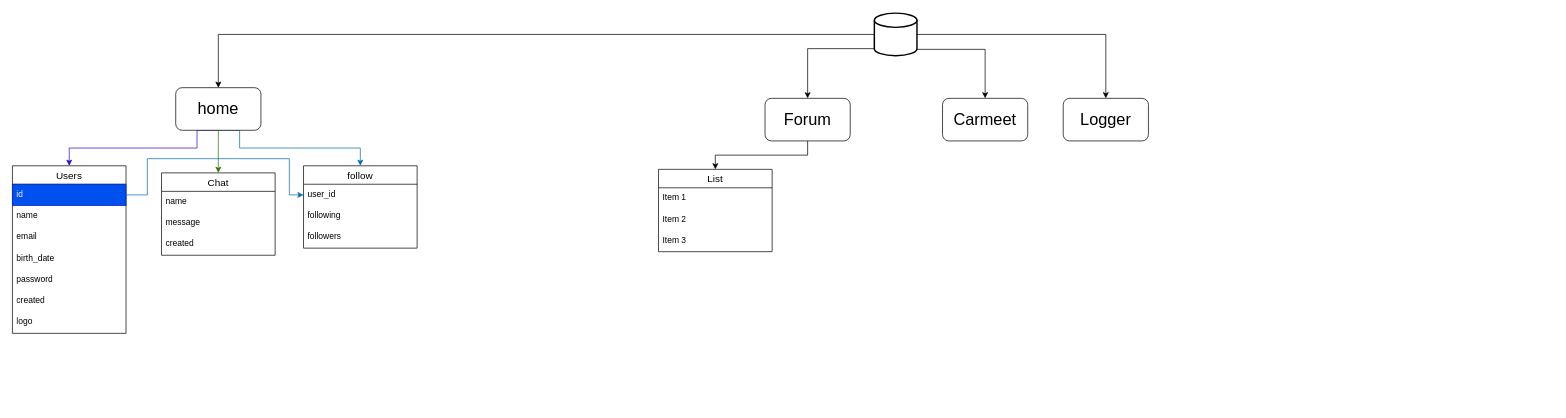
simsononroad/Drawio keeps this draw.io diagram as mch_db.drawio. Above is the earlier version. Source tidied: cells renumbered, new cells numbered last; positions are measured from the earlier drawing's top-left corner, leaving out a move shared by most shapes. Both pictures are drawn from the tidied source at 71%, with x=0, y=0 at pixel (12, 13).
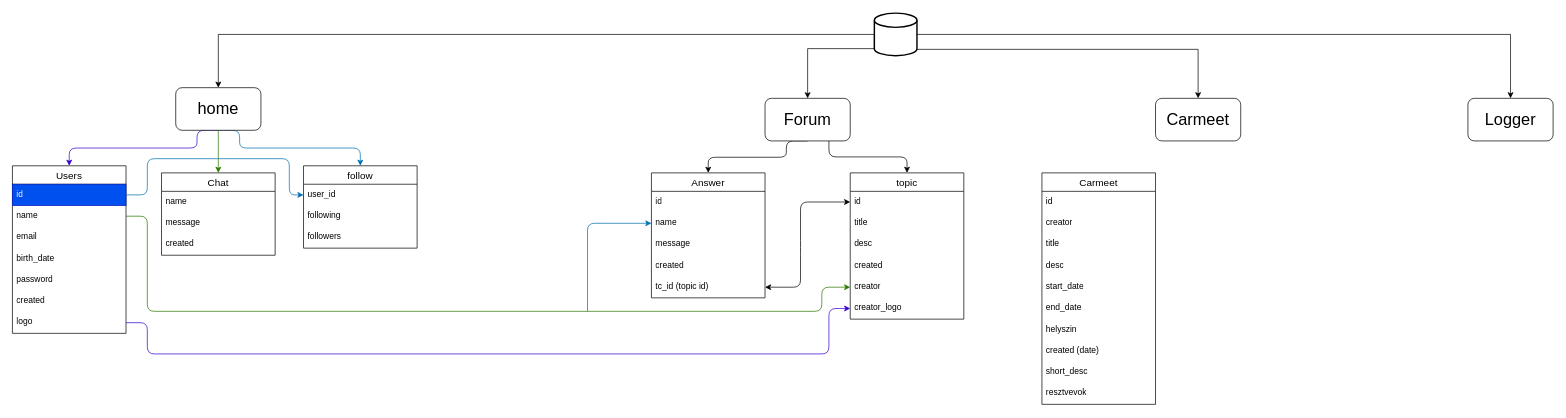
The same page after the edit.

The change refers to these unchanged cells:
```xml
<mxCell id="10" value="&lt;font style=&quot;font-size: 23px;&quot;&gt;home&lt;/font&gt;" style="rounded=1;whiteSpace=wrap;html=1;" parent="1" vertex="1">
  <mxGeometry x="230" y="105" width="120" height="60" as="geometry" />
</mxCell>
<mxCell id="12" value="&lt;span style=&quot;font-size: 23px;&quot;&gt;Forum&lt;/span&gt;" style="rounded=1;whiteSpace=wrap;html=1;" parent="1" vertex="1">
  <mxGeometry x="1060" y="120" width="120" height="60" as="geometry" />
</mxCell>
<mxCell id="15" value="Users" style="swimlane;fontStyle=0;horizontal=1;startSize=26;align=center;fontSize=14;" parent="1" vertex="1">
  <mxGeometry y="215" width="160" height="236" as="geometry" />
</mxCell>
<mxCell id="16" value="id" style="text;strokeColor=#001DBC;fillColor=#0050ef;spacingLeft=4;spacingRight=4;overflow=hidden;points=[[0,0.5],[1,0.5]];portConstraint=eastwest;fontSize=12;whiteSpace=wrap;html=1;fontColor=#ffffff;" parent="15" vertex="1">
  <mxGeometry y="26" width="160" height="30" as="geometry" />
</mxCell>
<mxCell id="17" value="name" style="text;strokeColor=none;fillColor=none;spacingLeft=4;spacingRight=4;overflow=hidden;points=[[0,0.5],[1,0.5]];portConstraint=eastwest;fontSize=12;whiteSpace=wrap;html=1;" parent="15" vertex="1">
  <mxGeometry y="56" width="160" height="30" as="geometry" />
</mxCell>
<mxCell id="22" value="logo" style="text;strokeColor=none;fillColor=none;spacingLeft=4;spacingRight=4;overflow=hidden;points=[[0,0.5],[1,0.5]];portConstraint=eastwest;fontSize=12;whiteSpace=wrap;html=1;" parent="15" vertex="1">
  <mxGeometry y="206" width="160" height="30" as="geometry" />
</mxCell>
<mxCell id="27" value="follow" style="swimlane;fontStyle=0;horizontal=1;startSize=26;align=center;fontSize=14;" parent="1" vertex="1">
  <mxGeometry x="410" y="215" width="160" height="116" as="geometry" />
</mxCell>
<mxCell id="28" value="user_id" style="text;strokeColor=none;fillColor=none;spacingLeft=4;spacingRight=4;overflow=hidden;points=[[0,0.5],[1,0.5]];portConstraint=eastwest;fontSize=12;whiteSpace=wrap;html=1;" parent="27" vertex="1">
  <mxGeometry y="26" width="160" height="30" as="geometry" />
</mxCell>
<mxCell id="32" value="Chat" style="swimlane;fontStyle=0;horizontal=1;startSize=26;align=center;fontSize=14;" parent="1" vertex="1">
  <mxGeometry x="210" y="225" width="160" height="116" as="geometry" />
</mxCell>
```

Diff of the diagram source:
```diff
@@
-    <mxCell id="7" style="edgeStyle=orthogonalEdgeStyle;rounded=0;jettySize=auto;html=1;exitX=0.5;exitY=1;exitDx=0;exitDy=0;entryX=0.5;entryY=0;entryDx=0;entryDy=0;fillColor=#6a00ff;strokeColor=#3700CC;" parent="1" edge="1" source="10" target="15">
+    <mxCell id="7" style="edgeStyle=orthogonalEdgeStyle;rounded=1;jettySize=auto;html=1;exitX=0.5;exitY=1;exitDx=0;exitDy=0;entryX=0.5;entryY=0;entryDx=0;entryDy=0;fillColor=#6a00ff;strokeColor=#3700CC;curved=0;" parent="1" edge="1" source="10" target="15">
       <mxGeometry relative="1" as="geometry">
         <Array as="points">
           <mxPoint x="260" y="165" />
           <mxPoint x="260" y="190" />
           <mxPoint x="80" y="190" />
         </Array>
       </mxGeometry>
     </mxCell>
-    <mxCell id="8" style="edgeStyle=orthogonalEdgeStyle;rounded=0;jettySize=auto;html=1;exitX=0.5;exitY=1;exitDx=0;exitDy=0;entryX=0.5;entryY=0;entryDx=0;entryDy=0;fillColor=#1ba1e2;strokeColor=#006EAF;" parent="1" edge="1" source="10" target="27">
+    <mxCell id="8" style="edgeStyle=orthogonalEdgeStyle;rounded=1;jettySize=auto;html=1;exitX=0.5;exitY=1;exitDx=0;exitDy=0;entryX=0.5;entryY=0;entryDx=0;entryDy=0;fillColor=#1ba1e2;strokeColor=#006EAF;curved=0;" parent="1" edge="1" source="10" target="27">
       <mxGeometry relative="1" as="geometry">
         <Array as="points">
           <mxPoint x="320" y="165" />
           <mxPoint x="320" y="190" />
           <mxPoint x="490" y="190" />
         </Array>
       </mxGeometry>
     </mxCell>
-    <mxCell id="9" style="edgeStyle=orthogonalEdgeStyle;rounded=0;jettySize=auto;html=1;exitX=0.5;exitY=1;exitDx=0;exitDy=0;entryX=0.5;entryY=0;entryDx=0;entryDy=0;fillColor=#60a917;strokeColor=#2D7600;" parent="1" edge="1" source="10" target="32">
+    <mxCell id="9" style="edgeStyle=orthogonalEdgeStyle;rounded=1;jettySize=auto;html=1;exitX=0.5;exitY=1;exitDx=0;exitDy=0;entryX=0.5;entryY=0;entryDx=0;entryDy=0;fillColor=#60a917;strokeColor=#2D7600;curved=0;" parent="1" edge="1" source="10" target="32">
       <mxGeometry relative="1" as="geometry">
         <Array as="points">
           <mxPoint x="290" y="185" />
           <mxPoint x="290" y="185" />
         </Array>
       </mxGeometry>
     </mxCell>
@@
-    <mxCell id="11" style="edgeStyle=orthogonalEdgeStyle;rounded=0;jettySize=auto;html=1;exitX=0.5;exitY=1;exitDx=0;exitDy=0;entryX=0.5;entryY=0;entryDx=0;entryDy=0;" parent="1" edge="1" source="12" target="23">
-      <mxGeometry relative="1" as="geometry" />
+    <mxCell id="11" style="edgeStyle=orthogonalEdgeStyle;rounded=1;jettySize=auto;html=1;exitX=0.5;exitY=1;exitDx=0;exitDy=0;entryX=0.5;entryY=0;entryDx=0;entryDy=0;curved=0;" parent="1" edge="1" source="12" target="23">
+      <mxGeometry relative="1" as="geometry">
+        <Array as="points">
+          <mxPoint x="1090" y="180" />
+          <mxPoint x="1090" y="203" />
+          <mxPoint x="980" y="203" />
+        </Array>
+      </mxGeometry>
     </mxCell>
+    <mxCell id="36" style="edgeStyle=orthogonalEdgeStyle;rounded=1;jettySize=auto;html=1;exitX=0.75;exitY=1;exitDx=0;exitDy=0;curved=0;" parent="1" edge="1" source="12" target="39">
+      <mxGeometry relative="1" as="geometry" />
+    </mxCell>
@@
     <mxCell id="13" value="&lt;font style=&quot;font-size: 23px;&quot;&gt;Carmeet&lt;/font&gt;" style="rounded=1;whiteSpace=wrap;html=1;" parent="1" vertex="1">
-      <mxGeometry x="1310" y="120" width="120" height="60" as="geometry" />
+      <mxGeometry x="1610" y="120" width="120" height="60" as="geometry" />
     </mxCell>
     <mxCell id="14" value="&lt;font style=&quot;font-size: 23px;&quot;&gt;Logger&lt;/font&gt;" style="rounded=1;whiteSpace=wrap;html=1;" parent="1" vertex="1">
-      <mxGeometry x="1480" y="120" width="120" height="60" as="geometry" />
+      <mxGeometry x="2050" y="120" width="120" height="60" as="geometry" />
     </mxCell>
@@
-    <mxCell id="23" value="List" style="swimlane;fontStyle=0;horizontal=1;startSize=26;align=center;fontSize=14;" parent="1" vertex="1">
-      <mxGeometry x="910" y="220" width="160" height="116" as="geometry" />
+    <mxCell id="23" value="Answer" style="swimlane;fontStyle=0;horizontal=1;startSize=26;align=center;fontSize=14;" parent="1" vertex="1">
+      <mxGeometry x="900" y="225" width="160" height="176" as="geometry" />
     </mxCell>
-    <mxCell id="24" value="Item 1" style="text;strokeColor=none;fillColor=none;spacingLeft=4;spacingRight=4;overflow=hidden;fontSize=12;whiteSpace=wrap;html=1;" parent="23" vertex="1">
+    <mxCell id="24" value="id" style="text;strokeColor=none;fillColor=none;spacingLeft=4;spacingRight=4;overflow=hidden;fontSize=12;whiteSpace=wrap;html=1;" parent="23" vertex="1">
       <mxGeometry y="26" width="160" height="30" as="geometry" />
     </mxCell>
-    <mxCell id="25" value="Item 2" style="text;strokeColor=none;fillColor=none;spacingLeft=4;spacingRight=4;overflow=hidden;points=[[0,0.5],[1,0.5]];portConstraint=eastwest;fontSize=12;whiteSpace=wrap;html=1;" parent="23" vertex="1">
+    <mxCell id="25" value="name" style="text;strokeColor=none;fillColor=none;spacingLeft=4;spacingRight=4;overflow=hidden;points=[[0,0.5],[1,0.5]];portConstraint=eastwest;fontSize=12;whiteSpace=wrap;html=1;" parent="23" vertex="1">
       <mxGeometry y="56" width="160" height="30" as="geometry" />
     </mxCell>
-    <mxCell id="26" value="Item 3" style="text;strokeColor=none;fillColor=none;spacingLeft=4;spacingRight=4;overflow=hidden;fontSize=12;whiteSpace=wrap;html=1;" parent="23" vertex="1">
+    <mxCell id="26" value="message" style="text;strokeColor=none;fillColor=none;spacingLeft=4;spacingRight=4;overflow=hidden;fontSize=12;whiteSpace=wrap;html=1;" parent="23" vertex="1">
       <mxGeometry y="86" width="160" height="30" as="geometry" />
     </mxCell>
+    <mxCell id="37" value="created" style="text;strokeColor=none;fillColor=none;spacingLeft=4;spacingRight=4;overflow=hidden;fontSize=12;whiteSpace=wrap;html=1;" parent="23" vertex="1">
+      <mxGeometry y="116" width="160" height="30" as="geometry" />
+    </mxCell>
+    <mxCell id="38" value="tc_id (topic id)" style="text;strokeColor=none;fillColor=none;spacingLeft=4;spacingRight=4;overflow=hidden;fontSize=12;whiteSpace=wrap;html=1;" parent="23" vertex="1">
+      <mxGeometry y="146" width="160" height="30" as="geometry" />
+    </mxCell>
@@
-    <mxCell id="31" style="edgeStyle=orthogonalEdgeStyle;rounded=0;jettySize=auto;html=1;exitX=1;exitY=0.5;exitDx=0;exitDy=0;entryX=0;entryY=0.5;entryDx=0;entryDy=0;fillColor=#1ba1e2;strokeColor=#006EAF;" parent="1" edge="1" source="16" target="28">
+    <mxCell id="31" style="edgeStyle=orthogonalEdgeStyle;rounded=1;jettySize=auto;html=1;exitX=1;exitY=0.5;exitDx=0;exitDy=0;entryX=0;entryY=0.5;entryDx=0;entryDy=0;fillColor=#1ba1e2;strokeColor=#006EAF;curved=0;" parent="1" edge="1" source="16" target="28">
       <mxGeometry relative="1" as="geometry">
         <Array as="points">
           <mxPoint x="190" y="256" />
           <mxPoint x="190" y="205" />
           <mxPoint x="390" y="205" />
           <mxPoint x="390" y="256" />
         </Array>
       </mxGeometry>
     </mxCell>
@@
+    <mxCell id="39" value="topic" style="swimlane;fontStyle=0;horizontal=1;startSize=26;align=center;fontSize=14;" parent="1" vertex="1">
+      <mxGeometry x="1180" y="225" width="160" height="206" as="geometry" />
+    </mxCell>
+    <mxCell id="40" value="id" style="text;strokeColor=none;fillColor=none;spacingLeft=4;spacingRight=4;overflow=hidden;points=[[0,0.5],[1,0.5]];portConstraint=eastwest;fontSize=12;whiteSpace=wrap;html=1;" parent="39" vertex="1">
+      <mxGeometry y="26" width="160" height="30" as="geometry" />
+    </mxCell>
+    <mxCell id="41" value="title" style="text;strokeColor=none;fillColor=none;spacingLeft=4;spacingRight=4;overflow=hidden;fontSize=12;whiteSpace=wrap;html=1;" parent="39" vertex="1">
+      <mxGeometry y="56" width="160" height="30" as="geometry" />
+    </mxCell>
+    <mxCell id="42" value="desc" style="text;strokeColor=none;fillColor=none;spacingLeft=4;spacingRight=4;overflow=hidden;fontSize=12;whiteSpace=wrap;html=1;" parent="39" vertex="1">
+      <mxGeometry y="86" width="160" height="30" as="geometry" />
+    </mxCell>
+    <mxCell id="43" value="created" style="text;strokeColor=none;fillColor=none;spacingLeft=4;spacingRight=4;overflow=hidden;fontSize=12;whiteSpace=wrap;html=1;" parent="39" vertex="1">
+      <mxGeometry y="116" width="160" height="30" as="geometry" />
+    </mxCell>
+    <mxCell id="44" value="creator" style="text;strokeColor=none;fillColor=none;spacingLeft=4;spacingRight=4;overflow=hidden;points=[[0,0.5],[1,0.5]];portConstraint=eastwest;fontSize=12;whiteSpace=wrap;html=1;" parent="39" vertex="1">
+      <mxGeometry y="146" width="160" height="30" as="geometry" />
+    </mxCell>
+    <mxCell id="45" value="creator_logo" style="text;strokeColor=none;fillColor=none;spacingLeft=4;spacingRight=4;overflow=hidden;points=[[0,0.5],[1,0.5]];portConstraint=eastwest;fontSize=12;whiteSpace=wrap;html=1;" parent="39" vertex="1">
+      <mxGeometry y="176" width="160" height="30" as="geometry" />
+    </mxCell>
+    <mxCell id="46" style="edgeStyle=orthogonalEdgeStyle;rounded=1;jettySize=auto;html=1;exitX=1;exitY=0.5;exitDx=0;exitDy=0;entryX=0;entryY=0.5;entryDx=0;entryDy=0;fillColor=#60a917;strokeColor=#2D7600;curved=0;" parent="1" edge="1" source="17" target="44">
+      <mxGeometry relative="1" as="geometry">
+        <Array as="points">
+          <mxPoint x="190" y="286" />
+          <mxPoint x="190" y="420" />
+          <mxPoint x="1140" y="420" />
+          <mxPoint x="1140" y="386" />
+        </Array>
+      </mxGeometry>
+    </mxCell>
+    <mxCell id="47" style="endArrow=classic;html=1;rounded=1;entryX=0;entryY=0.5;entryDx=0;entryDy=0;fillColor=#1ba1e2;strokeColor=#006EAF;curved=0;" parent="1" edge="1" target="25">
+      <mxGeometry relative="1" as="geometry">
+        <mxPoint x="810" y="420" as="sourcePoint" />
+        <Array as="points">
+          <mxPoint x="810" y="296" />
+        </Array>
+      </mxGeometry>
+    </mxCell>
+    <mxCell id="48" style="endArrow=classic;startArrow=classic;html=1;rounded=1;exitX=1;exitY=0.5;exitDx=0;exitDy=0;entryX=0;entryY=0.5;entryDx=0;entryDy=0;curved=0;" parent="1" edge="1" target="40">
+      <mxGeometry relative="1" as="geometry">
+        <mxPoint x="1060" y="386" as="sourcePoint" />
+        <Array as="points">
+          <mxPoint x="1110" y="386" />
+          <mxPoint x="1110" y="330" />
+          <mxPoint x="1110" y="266" />
+        </Array>
+      </mxGeometry>
+    </mxCell>
+    <mxCell id="49" style="edgeStyle=orthogonalEdgeStyle;rounded=1;jettySize=auto;html=1;exitX=1;exitY=0.5;exitDx=0;exitDy=0;entryX=0;entryY=0.5;entryDx=0;entryDy=0;fillColor=#6a00ff;strokeColor=#3700CC;curved=0;" parent="1" edge="1" source="22" target="45">
+      <mxGeometry relative="1" as="geometry">
+        <Array as="points">
+          <mxPoint x="190" y="436" />
+          <mxPoint x="190" y="480" />
+          <mxPoint x="1150" y="480" />
+          <mxPoint x="1150" y="416" />
+        </Array>
+      </mxGeometry>
+    </mxCell>
+    <mxCell id="50" value="Carmeet" style="swimlane;fontStyle=0;horizontal=1;startSize=26;align=center;fontSize=14;" parent="1" vertex="1">
+      <mxGeometry x="1450" y="225" width="160" height="326" as="geometry" />
+    </mxCell>
+    <mxCell id="51" value="id" style="text;strokeColor=none;fillColor=none;spacingLeft=4;spacingRight=4;overflow=hidden;fontSize=12;whiteSpace=wrap;html=1;" parent="50" vertex="1">
+      <mxGeometry y="26" width="160" height="30" as="geometry" />
+    </mxCell>
+    <mxCell id="52" value="creator" style="text;strokeColor=none;fillColor=none;spacingLeft=4;spacingRight=4;overflow=hidden;fontSize=12;whiteSpace=wrap;html=1;" parent="50" vertex="1">
+      <mxGeometry y="56" width="160" height="30" as="geometry" />
+    </mxCell>
+    <mxCell id="53" value="title" style="text;strokeColor=none;fillColor=none;spacingLeft=4;spacingRight=4;overflow=hidden;fontSize=12;whiteSpace=wrap;html=1;" parent="50" vertex="1">
+      <mxGeometry y="86" width="160" height="30" as="geometry" />
+    </mxCell>
+    <mxCell id="54" value="desc" style="text;strokeColor=none;fillColor=none;spacingLeft=4;spacingRight=4;overflow=hidden;fontSize=12;whiteSpace=wrap;html=1;" parent="50" vertex="1">
+      <mxGeometry y="116" width="160" height="30" as="geometry" />
+    </mxCell>
+    <mxCell id="55" value="start_date" style="text;strokeColor=none;fillColor=none;spacingLeft=4;spacingRight=4;overflow=hidden;fontSize=12;whiteSpace=wrap;html=1;" parent="50" vertex="1">
+      <mxGeometry y="146" width="160" height="30" as="geometry" />
+    </mxCell>
+    <mxCell id="56" value="end_date" style="text;strokeColor=none;fillColor=none;spacingLeft=4;spacingRight=4;overflow=hidden;fontSize=12;whiteSpace=wrap;html=1;" parent="50" vertex="1">
+      <mxGeometry y="176" width="160" height="30" as="geometry" />
+    </mxCell>
+    <mxCell id="57" value="helyszin" style="text;strokeColor=none;fillColor=none;spacingLeft=4;spacingRight=4;overflow=hidden;fontSize=12;whiteSpace=wrap;html=1;" parent="50" vertex="1">
+      <mxGeometry y="206" width="160" height="30" as="geometry" />
+    </mxCell>
+    <mxCell id="58" value="created (date)" style="text;strokeColor=none;fillColor=none;spacingLeft=4;spacingRight=4;overflow=hidden;fontSize=12;whiteSpace=wrap;html=1;" parent="50" vertex="1">
+      <mxGeometry y="236" width="160" height="30" as="geometry" />
+    </mxCell>
+    <mxCell id="59" value="short_desc" style="text;strokeColor=none;fillColor=none;spacingLeft=4;spacingRight=4;overflow=hidden;fontSize=12;whiteSpace=wrap;html=1;" parent="50" vertex="1">
+      <mxGeometry y="266" width="160" height="30" as="geometry" />
+    </mxCell>
+    <mxCell id="60" value="resztvevok" style="text;strokeColor=none;fillColor=none;spacingLeft=4;spacingRight=4;overflow=hidden;fontSize=12;whiteSpace=wrap;html=1;" parent="50" vertex="1">
+      <mxGeometry y="296" width="160" height="30" as="geometry" />
+    </mxCell>
```
